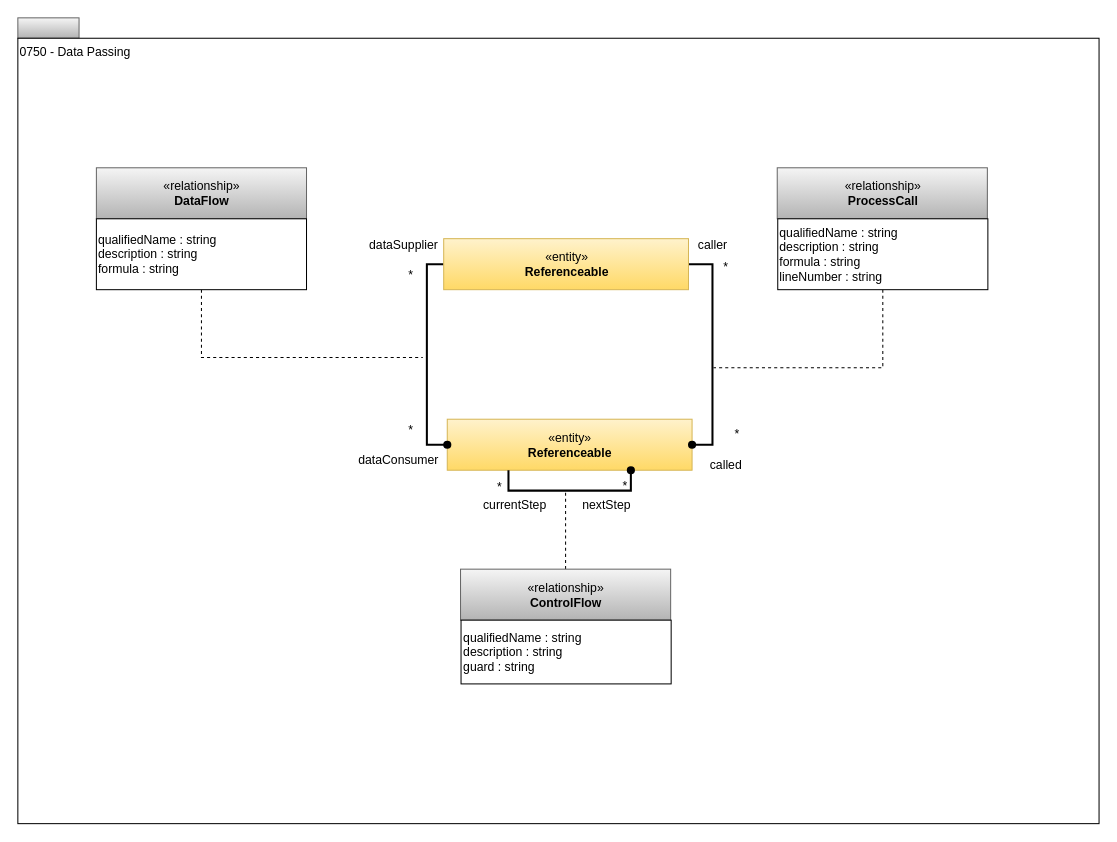
Before: page "0750-Data-Passing" (11 of 15) of site/docs/types/7/area-7-lineage.drawio in odpi/egeria-docs, a draw.io diagram. Source tidied: cells renumbered, new cells numbered last; positions are measured from the earlier drawing's top-left corner, leaving out a move shared by most shapes. Both pictures are drawn from the tidied source at 102%, with x=0, y=0 at pixel (17, 17).
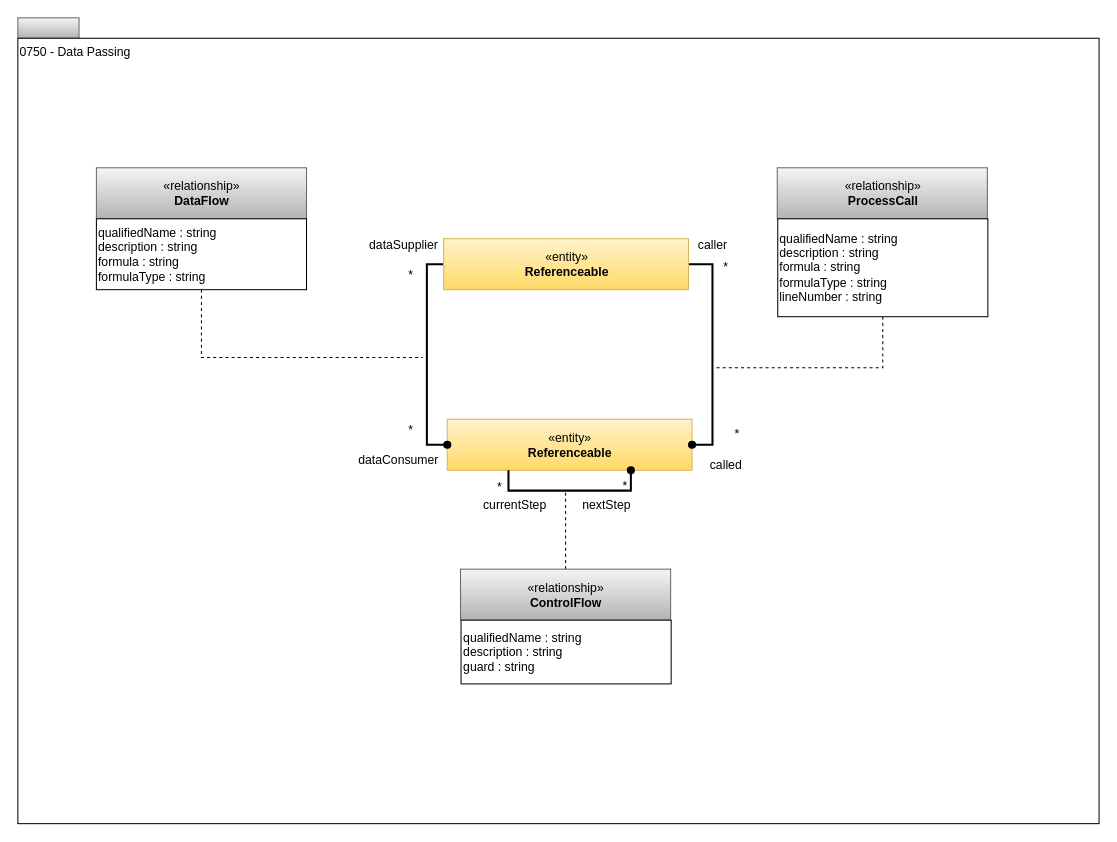
After the change.

What changed in the source:
```diff
@@
-    <mxCell id="6" value="qualifiedName : string&lt;br&gt;description : string&lt;br&gt;formula : string" style="rounded=0;whiteSpace=wrap;html=1;strokeColor=#000000;gradientColor=#ffffff;align=left;" parent="1" vertex="1">
+    <mxCell id="6" value="qualifiedName : string&lt;br&gt;description : string&lt;br&gt;formula : string&lt;br&gt;formulaType : string" style="rounded=0;whiteSpace=wrap;html=1;strokeColor=#000000;gradientColor=#ffffff;align=left;" parent="1" vertex="1">
       <mxGeometry x="77" y="197" width="206" height="69.5" as="geometry" />
     </mxCell>
@@
-    <mxCell id="25" value="qualifiedName : string&lt;br&gt;description : string&lt;br&gt;formula : string&lt;br&gt;lineNumber : string" style="rounded=0;whiteSpace=wrap;html=1;strokeColor=#000000;gradientColor=#ffffff;align=left;" parent="1" vertex="1">
-      <mxGeometry x="745" y="197" width="206" height="69.5" as="geometry" />
+    <mxCell id="25" value="qualifiedName : string&lt;br&gt;description : string&lt;br&gt;formula : string&lt;br&gt;formulaType : string&lt;br&gt;lineNumber : string" style="rounded=0;whiteSpace=wrap;html=1;strokeColor=#000000;gradientColor=#ffffff;align=left;" parent="1" vertex="1">
+      <mxGeometry x="745" y="197" width="206" height="96" as="geometry" />
     </mxCell>
```
